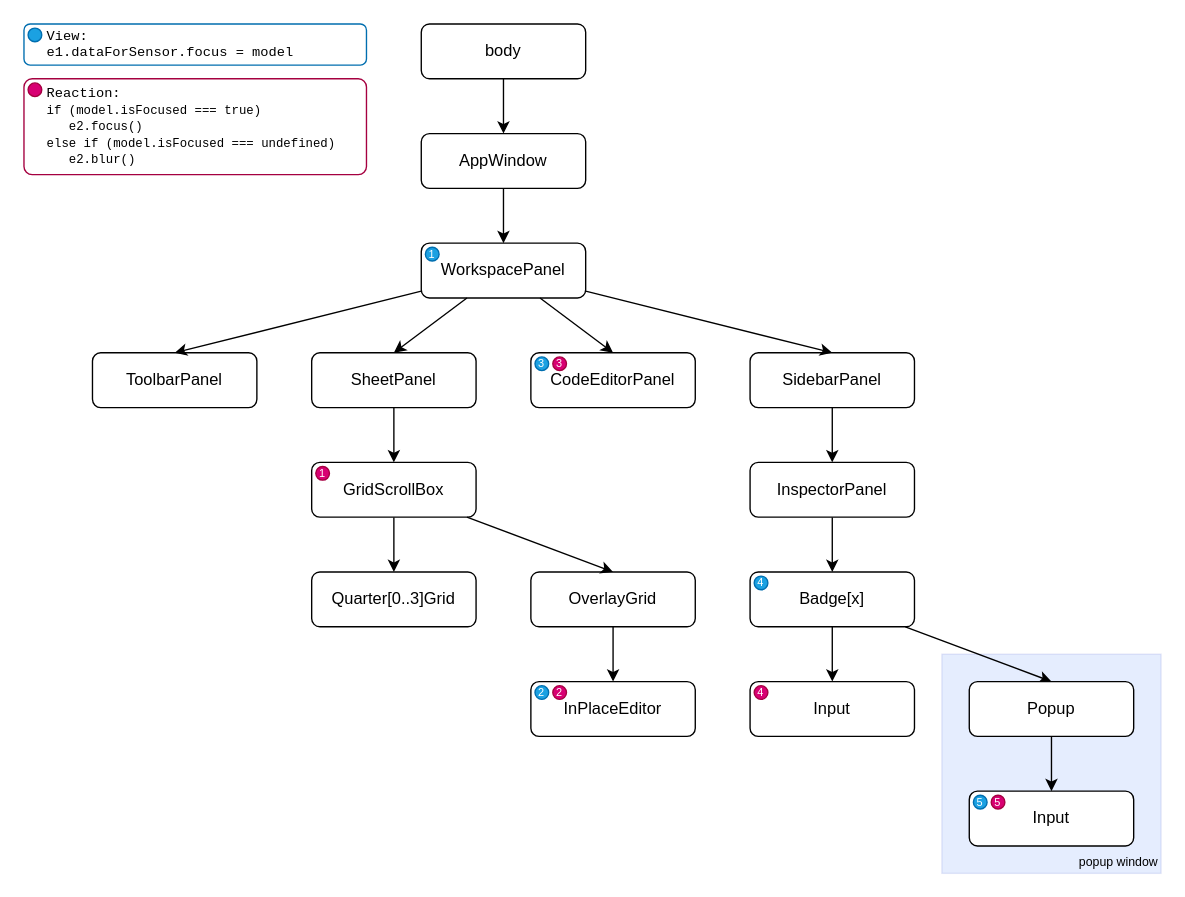
Above: page "Focus" (2 of 2) of docs/dnd.drawio in nezaboodka/verstak (draw.io), before the change. Source tidied: cells renumbered, new cells numbered last; positions are measured from the earlier drawing's top-left corner, leaving out a move shared by most shapes. Both pictures are drawn from the tidied source at 137%, with x=0, y=0 at pixel (23, 23).
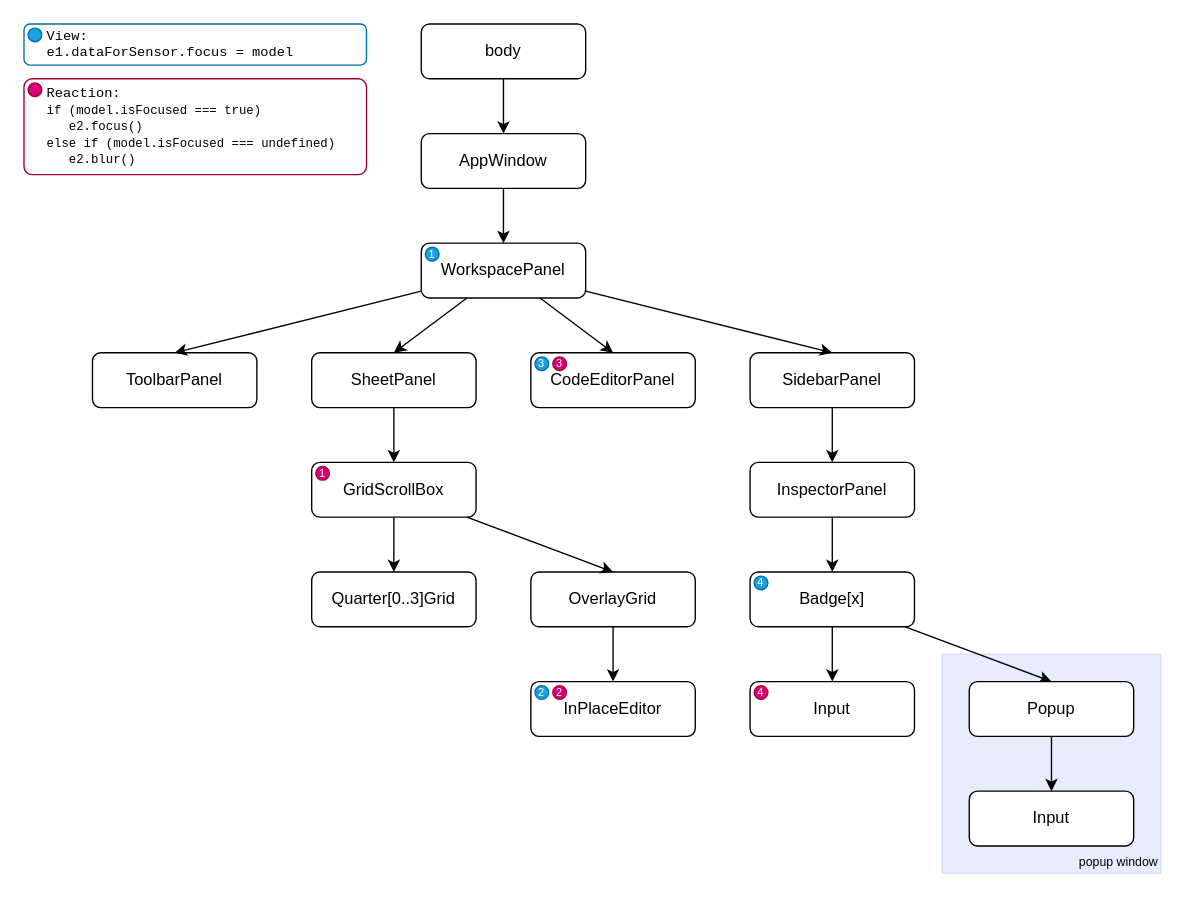
The same page after the edit.

The edit, as a diff of the source:
```diff
@@
-    <mxCell id="46" value="5" style="ellipse;whiteSpace=wrap;html=1;fillColor=#d80073;strokeColor=#A50040;fontColor=#ffffff;fontSize=8;" parent="1" vertex="1">
-      <mxGeometry x="706" y="563" width="10" height="10" as="geometry" />
-    </mxCell>
-    <mxCell id="47" value="5" style="ellipse;whiteSpace=wrap;html=1;fillColor=#1ba1e2;strokeColor=#006EAF;fontColor=#ffffff;fontSize=8;" parent="1" vertex="1">
-      <mxGeometry x="693" y="563" width="10" height="10" as="geometry" />
-    </mxCell>
```
